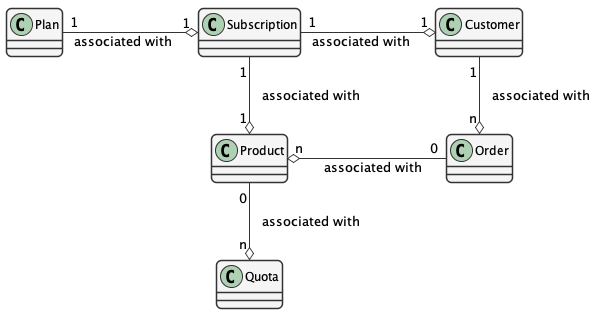
Before: images/overview.png, a diagram exported from PlantUML (csjx/d1-membership-plan-mgmt).
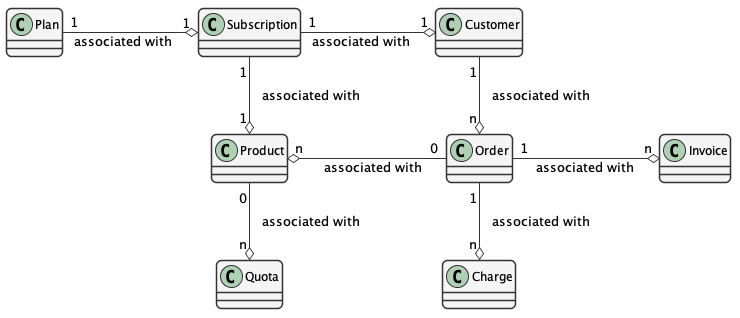
Above is the later version.

Diff of the diagram source:
```diff
@@ -40,6 +40,10 @@
 }
 class Order {
 }
+class Invoice {
+}
+class Charge {
+}
 class Quota {
 }
 
@@ -48,6 +52,8 @@
 Customer "1" o-left- "1" Subscription : "associated with"
 Customer "1" --o "n" Order : "   associated with"
 Order "0" -right-o "n" Product : "associated with"
+Order "1" -up-o "n" Charge : "   associated with"
+Order "1" -left-o "n" Invoice : "   associated with"
 Product "0"--o "n" Quota : "   associated with"
 
 @enduml
```
